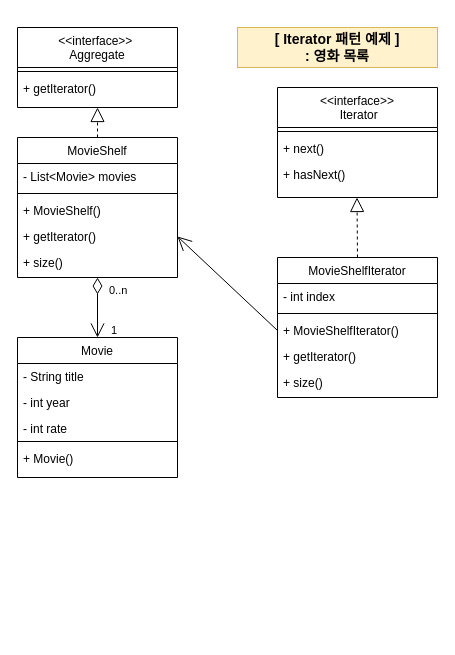
jeeheaG/draw.io-diagram keeps this draw.io diagram as iterator pattern diagram.drawio. Above is the earlier version. Source tidied: cells renumbered, new cells numbered last; positions are measured from the earlier drawing's top-left corner, leaving out a move shared by most shapes. Both pictures are drawn from the tidied source at 100%, with x=0, y=0 at pixel (17, 27).
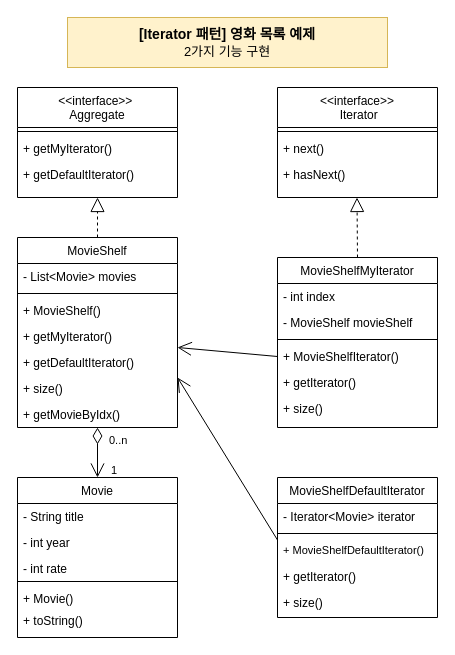
The same page after the edit.

Commit message:
feat : iterator pattern 기능추가

Diff of the diagram source:
```diff
@@
     <mxCell id="2" value="&lt;&lt;interface&gt;&gt; &#10;Aggregate" style="swimlane;fontStyle=0;align=center;verticalAlign=top;horizontal=1;startSize=40;rounded=0;shadow=0;strokeWidth=1;" parent="1" vertex="1">
-      <mxGeometry width="160" height="80" as="geometry" />
+      <mxGeometry y="60" width="160" height="110" as="geometry" />
     </mxCell>
@@
-    <mxCell id="4" value="+ getIterator()" style="text;align=left;verticalAlign=top;spacingLeft=4;spacingRight=4;overflow=hidden;" parent="2" vertex="1">
+    <mxCell id="4" value="+ getMyIterator()" style="text;align=left;verticalAlign=top;spacingLeft=4;spacingRight=4;overflow=hidden;" parent="2" vertex="1">
       <mxGeometry y="48" width="160" height="26" as="geometry" />
     </mxCell>
+    <mxCell id="34" value="+ getDefaultIterator()" style="text;align=left;verticalAlign=top;spacingLeft=4;spacingRight=4;overflow=hidden;" parent="2" vertex="1">
+      <mxGeometry y="74" width="160" height="26" as="geometry" />
+    </mxCell>
     <mxCell id="5" value="MovieShelf" style="swimlane;fontStyle=0;align=center;verticalAlign=top;horizontal=1;startSize=26;rounded=0;shadow=0;strokeWidth=1;" parent="1" vertex="1">
-      <mxGeometry y="110" width="160" height="140" as="geometry" />
+      <mxGeometry y="210" width="160" height="190" as="geometry" />
     </mxCell>
@@
-    <mxCell id="9" value="+ getIterator()" style="text;align=left;verticalAlign=top;spacingLeft=4;spacingRight=4;overflow=hidden;points=[[0,0.5],[1,0.5]];portConstraint=eastwest;" parent="5" vertex="1">
+    <mxCell id="9" value="+ getMyIterator()" style="text;align=left;verticalAlign=top;spacingLeft=4;spacingRight=4;overflow=hidden;points=[[0,0.5],[1,0.5]];portConstraint=eastwest;" parent="5" vertex="1">
       <mxGeometry y="86" width="160" height="26" as="geometry" />
     </mxCell>
+    <mxCell id="35" value="+ getDefaultIterator()" style="text;align=left;verticalAlign=top;spacingLeft=4;spacingRight=4;overflow=hidden;" parent="5" vertex="1">
+      <mxGeometry y="112" width="160" height="26" as="geometry" />
+    </mxCell>
     <mxCell id="10" value="+ size()" style="text;align=left;verticalAlign=top;spacingLeft=4;spacingRight=4;overflow=hidden;" parent="5" vertex="1">
-      <mxGeometry y="112" width="160" height="26" as="geometry" />
+      <mxGeometry y="138" width="160" height="26" as="geometry" />
     </mxCell>
+    <mxCell id="36" value="+ getMovieByIdx()" style="text;align=left;verticalAlign=top;spacingLeft=4;spacingRight=4;overflow=hidden;" parent="5" vertex="1">
+      <mxGeometry y="164" width="160" height="26" as="geometry" />
+    </mxCell>
     <mxCell id="11" value="Movie" style="swimlane;fontStyle=0;align=center;verticalAlign=top;horizontal=1;startSize=26;rounded=0;shadow=0;strokeWidth=1;" parent="1" vertex="1">
-      <mxGeometry y="310" width="160" height="140" as="geometry" />
+      <mxGeometry y="450" width="160" height="160" as="geometry" />
     </mxCell>
@@
+    <mxCell id="37" value="+ toString()" style="text;align=left;verticalAlign=top;spacingLeft=4;spacingRight=4;overflow=hidden;" parent="11" vertex="1">
+      <mxGeometry y="130" width="160" height="22" as="geometry" />
+    </mxCell>
@@
-    <mxCell id="21" value="MovieShelfIterator" style="swimlane;fontStyle=0;align=center;verticalAlign=top;horizontal=1;startSize=26;rounded=0;shadow=0;strokeWidth=1;" parent="1" vertex="1">
-      <mxGeometry x="260" y="230" width="160" height="140" as="geometry" />
+    <mxCell id="21" value="MovieShelfMyIterator" style="swimlane;fontStyle=0;align=center;verticalAlign=top;horizontal=1;startSize=26;rounded=0;shadow=0;strokeWidth=1;" parent="1" vertex="1">
+      <mxGeometry x="260" y="230" width="160" height="170" as="geometry" />
     </mxCell>
@@
+    <mxCell id="38" value="- MovieShelf movieShelf" style="text;align=left;verticalAlign=top;spacingLeft=4;spacingRight=4;overflow=hidden;" parent="21" vertex="1">
+      <mxGeometry y="52" width="160" height="26" as="geometry" />
+    </mxCell>
     <mxCell id="23" style="line;html=1;strokeWidth=1;align=left;verticalAlign=middle;spacingTop=-1;spacingLeft=3;spacingRight=3;labelPosition=right;" parent="21" vertex="1">
-      <mxGeometry y="52" width="160" height="8" as="geometry" />
+      <mxGeometry y="78" width="160" height="8" as="geometry" />
     </mxCell>
     <mxCell id="24" value="+ MovieShelfIterator()" style="text;align=left;verticalAlign=top;spacingLeft=4;spacingRight=4;overflow=hidden;points=[[0,0.5],[1,0.5]];portConstraint=eastwest;" parent="21" vertex="1">
-      <mxGeometry y="60" width="160" height="26" as="geometry" />
+      <mxGeometry y="86" width="160" height="26" as="geometry" />
     </mxCell>
     <mxCell id="25" value="+ getIterator()" style="text;align=left;verticalAlign=top;spacingLeft=4;spacingRight=4;overflow=hidden;" parent="21" vertex="1">
-      <mxGeometry y="86" width="160" height="26" as="geometry" />
+      <mxGeometry y="112" width="160" height="26" as="geometry" />
     </mxCell>
     <mxCell id="26" value="+ size()" style="text;align=left;verticalAlign=top;spacingLeft=4;spacingRight=4;overflow=hidden;" parent="21" vertex="1">
-      <mxGeometry y="112" width="160" height="26" as="geometry" />
+      <mxGeometry y="138" width="160" height="26" as="geometry" />
     </mxCell>
@@
-    <mxCell id="32" style="endArrow=open;endFill=1;endSize=12;html=1;rounded=0;entryX=1;entryY=0.5;entryDx=0;entryDy=0;exitX=0;exitY=0.5;exitDx=0;exitDy=0;" parent="1" edge="1" source="24" target="9">
+    <mxCell id="32" style="endArrow=open;endFill=1;endSize=12;html=1;rounded=0;entryX=1;entryY=0.923;entryDx=0;entryDy=0;exitX=0;exitY=0.5;exitDx=0;exitDy=0;entryPerimeter=0;" parent="1" edge="1" source="24" target="9">
       <mxGeometry relative="1" as="geometry" />
     </mxCell>
-    <mxCell id="33" value="[ Iterator 패턴 예제 ]&lt;div style=&quot;font-size: 14px;&quot;&gt;: 영화 목록&lt;/div&gt;" style="text;align=center;html=1;verticalAlign=middle;whiteSpace=wrap;rounded=0;fontStyle=1;horizontal=1;fontSize=14;fillColor=#fff2cc;strokeColor=#d6b656;" parent="1" vertex="1">
-      <mxGeometry x="220" width="200" height="40" as="geometry" />
+    <mxCell id="33" value="[Iterator 패턴]&amp;nbsp;&lt;span style=&quot;background-color: initial;&quot;&gt;영화 목록 예제&lt;/span&gt;&lt;div style=&quot;&quot;&gt;&lt;span style=&quot;background-color: initial; font-weight: normal;&quot;&gt;&lt;font style=&quot;font-size: 13px;&quot;&gt;2가지 기능 구현&lt;/font&gt;&lt;/span&gt;&lt;br&gt;&lt;/div&gt;" style="text;align=center;html=1;verticalAlign=middle;whiteSpace=wrap;rounded=0;fontStyle=1;horizontal=1;fontSize=14;fillColor=#fff2cc;strokeColor=#d6b656;" parent="1" vertex="1">
+      <mxGeometry x="50" y="-10" width="320" height="50" as="geometry" />
     </mxCell>
+    <mxCell id="39" value="MovieShelfDefaultIterator" style="swimlane;fontStyle=0;align=center;verticalAlign=top;horizontal=1;startSize=26;rounded=0;shadow=0;strokeWidth=1;" parent="1" vertex="1">
+      <mxGeometry x="260" y="450" width="160" height="140" as="geometry" />
+    </mxCell>
+    <mxCell id="40" value="- Iterator&lt;Movie&gt; iterator" style="text;align=left;verticalAlign=top;spacingLeft=4;spacingRight=4;overflow=hidden;" parent="39" vertex="1">
+      <mxGeometry y="26" width="160" height="26" as="geometry" />
+    </mxCell>
+    <mxCell id="41" style="line;html=1;strokeWidth=1;align=left;verticalAlign=middle;spacingTop=-1;spacingLeft=3;spacingRight=3;labelPosition=right;" parent="39" vertex="1">
+      <mxGeometry y="52" width="160" height="8" as="geometry" />
+    </mxCell>
+    <mxCell id="42" value="+ MovieShelfDefaultIterator()" style="text;align=left;verticalAlign=top;spacingLeft=4;spacingRight=4;overflow=hidden;fontSize=11;" parent="39" vertex="1">
+      <mxGeometry y="60" width="160" height="26" as="geometry" />
+    </mxCell>
+    <mxCell id="43" value="+ getIterator()" style="text;align=left;verticalAlign=top;spacingLeft=4;spacingRight=4;overflow=hidden;" parent="39" vertex="1">
+      <mxGeometry y="86" width="160" height="26" as="geometry" />
+    </mxCell>
+    <mxCell id="44" value="+ size()" style="text;align=left;verticalAlign=top;spacingLeft=4;spacingRight=4;overflow=hidden;" parent="39" vertex="1">
+      <mxGeometry y="112" width="160" height="26" as="geometry" />
+    </mxCell>
+    <mxCell id="45" style="endArrow=open;endFill=1;endSize=12;html=1;rounded=0;exitX=0;exitY=0.5;exitDx=0;exitDy=0;" parent="1" edge="1">
+      <mxGeometry relative="1" as="geometry">
+        <mxPoint x="260" y="512.5" as="sourcePoint" />
+        <mxPoint x="160" y="350" as="targetPoint" />
+      </mxGeometry>
+    </mxCell>
```
